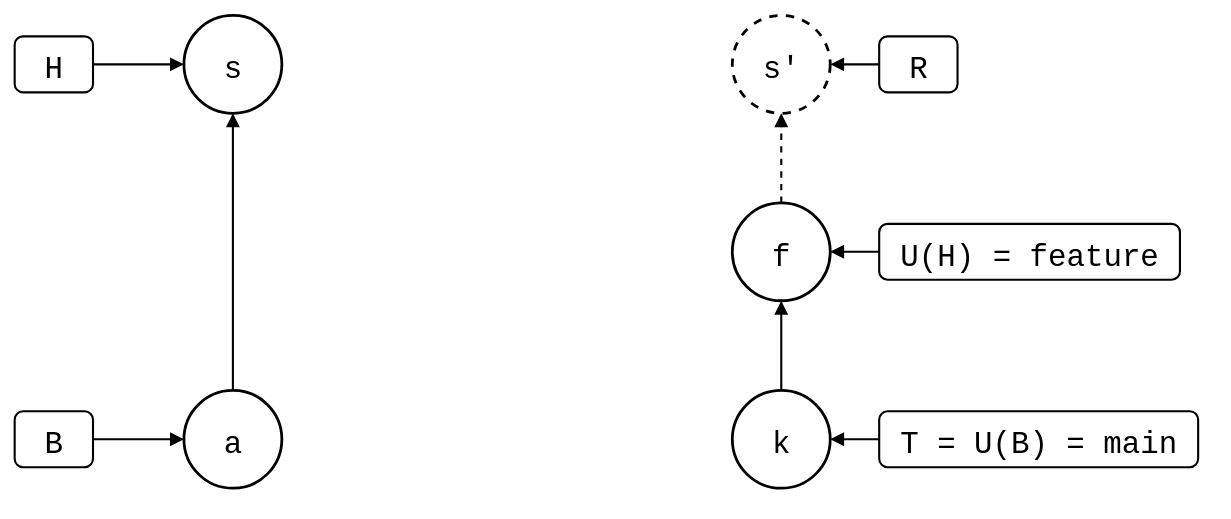
Before: test/scenarios/up-to-date/squash-merged-pull/local-edit-in-the-squash/local-edit-in-the-squash.drawio.svg, a diagram exported from draw.io (roschaefer/git-splice). Source tidied: cells renumbered, new cells last; positions are measured from the earlier drawing's top-left corner, leaving out a move shared by most shapes.
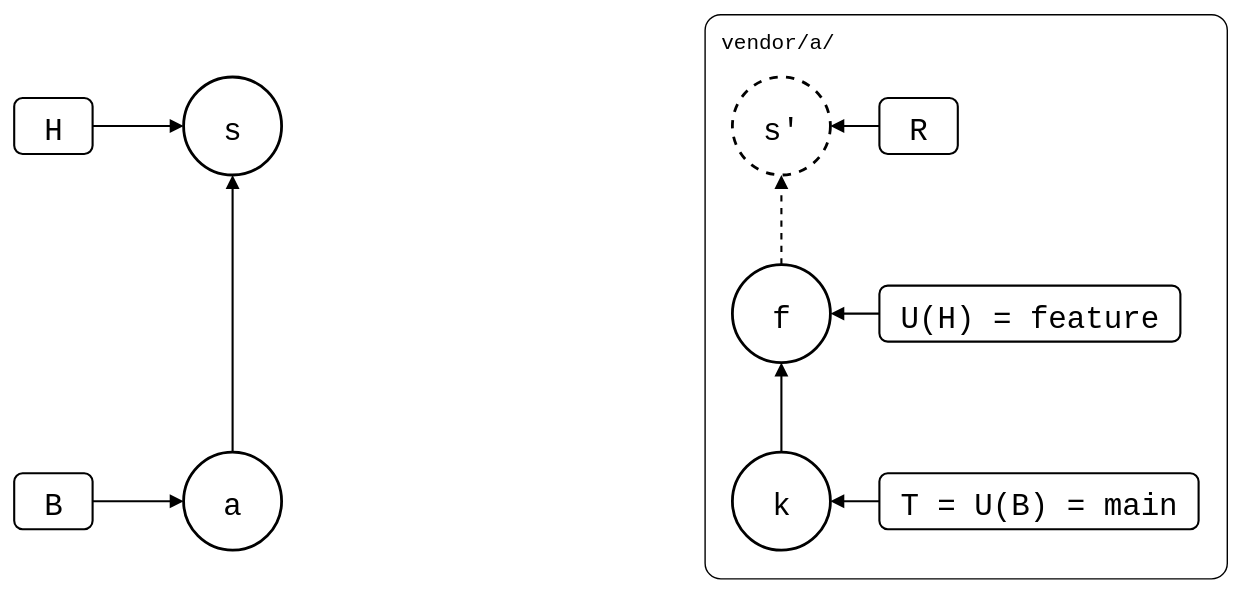
Above is the later version.

Diff of the diagram source:
```diff
@@ -2,6 +2,9 @@
   <root>
     <mxCell id="0" />
     <mxCell id="1" parent="0" />
+    <mxCell id="20" value="vendor/a/" style="rounded=1;arcSize=3;fillColor=none;strokeWidth=1;fontSize=15;verticalAlign=top;align=left;spacingLeft=10;spacingTop=4;fontFamily=Roboto Mono,monospace;" parent="1" vertex="1">
+      <mxGeometry x="493" y="-45" width="373" height="403" as="geometry" />
+    </mxCell>
     <mxCell id="2" value="a" style="ellipse;strokeWidth=2;fontSize=22;fontFamily=Roboto Mono,monospace;" parent="1" vertex="1">
       <mxGeometry x="121" y="268" width="70" height="70" as="geometry" />
     </mxCell>
```
